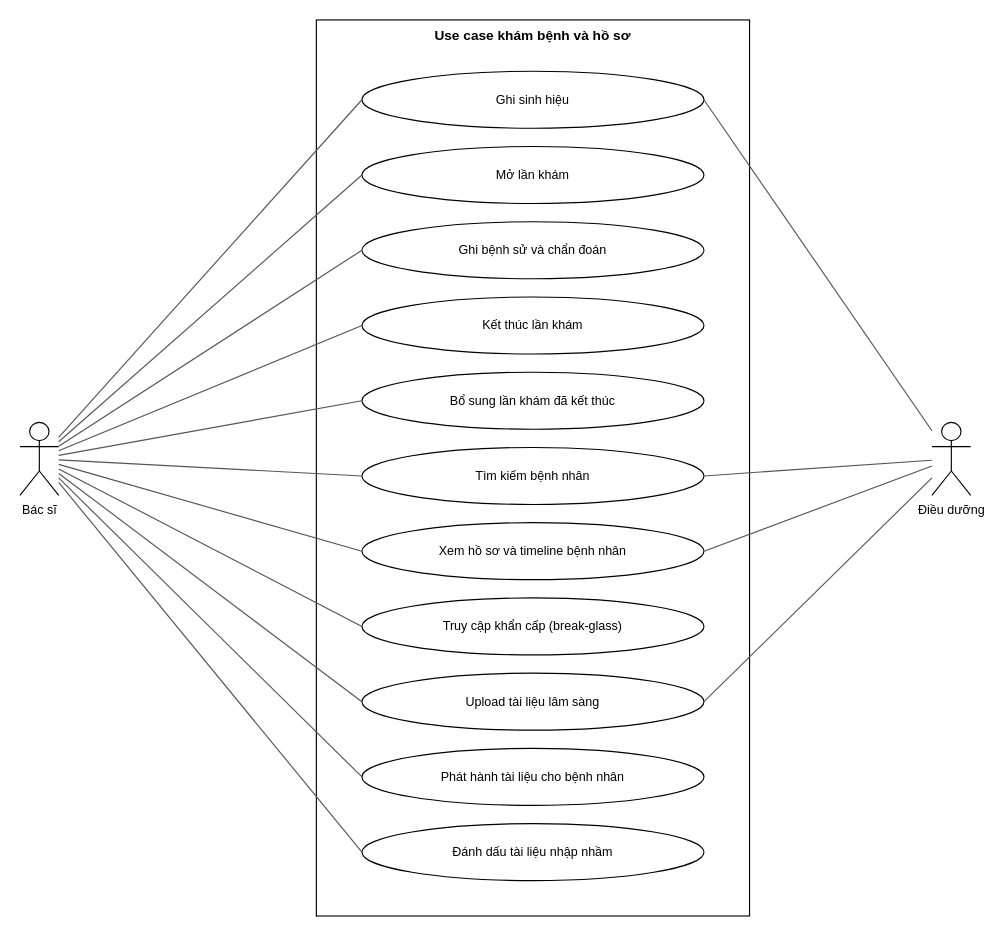
Earlier version of the draw.io diagram page "Clinical examination and records use cases" (3 of 6) of docs/02-requirements/srs/dist/diagrams/04-use-case-diagrams.drawio (viethung12062005/smart-hospital-platform). Source tidied: cells renumbered, new cells numbered last; positions are measured from the earlier drawing's top-left corner, leaving out a move shared by most shapes. Both pictures are drawn from the tidied source at 114%, with x=0, y=0 at pixel (19, 19).
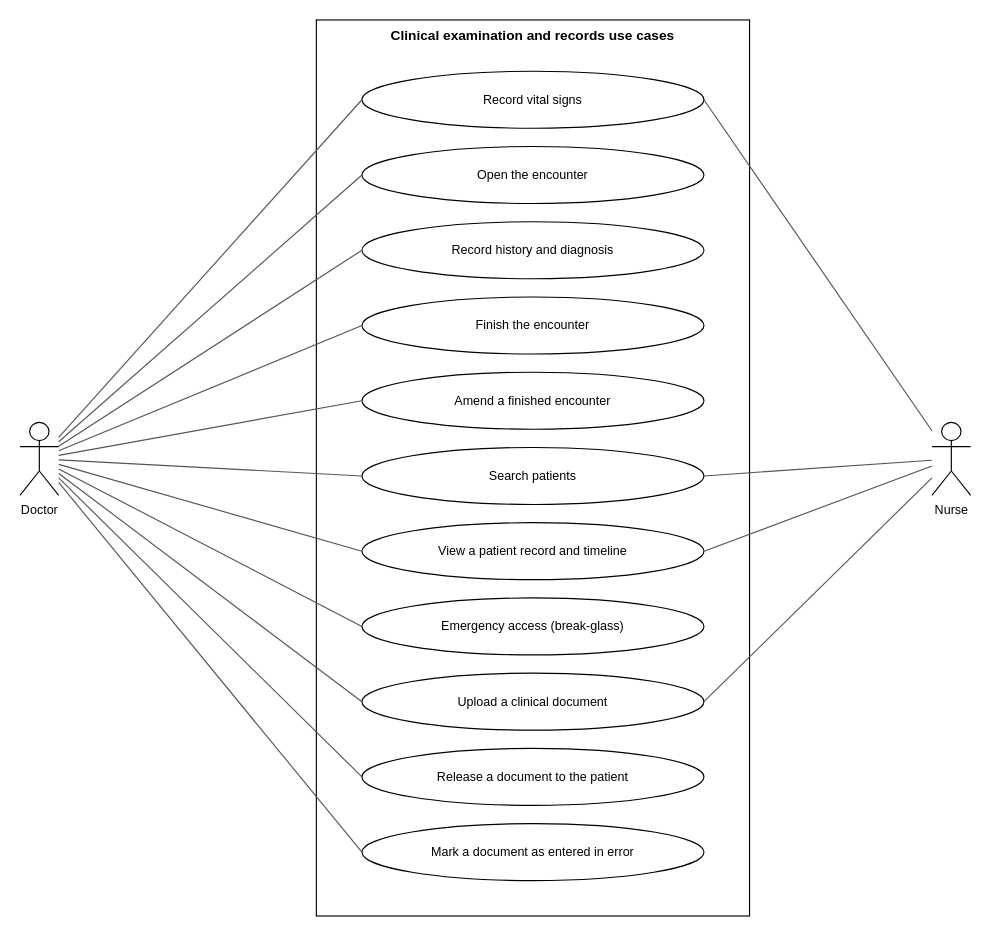
The same page after the edit.

Diff of the diagram source:
```diff
@@
-    <mxCell id="2" value="&lt;b&gt;Use case khám bệnh và hồ sơ&lt;/b&gt;" style="rounded=0;whiteSpace=wrap;html=1;verticalAlign=top;fillColor=none;" parent="1" vertex="1">
+    <mxCell id="2" value="&lt;b&gt;Clinical examination and records use cases&lt;/b&gt;" style="rounded=0;whiteSpace=wrap;html=1;verticalAlign=top;fillColor=none;" parent="1" vertex="1">
       <mxGeometry x="260" width="380" height="786" as="geometry" />
     </mxCell>
-    <mxCell id="3" value="Ghi sinh hiệu" style="ellipse;whiteSpace=wrap;html=1;fontSize=11;" parent="1" vertex="1">
+    <mxCell id="3" value="Record vital signs" style="ellipse;whiteSpace=wrap;html=1;fontSize=11;" parent="1" vertex="1">
       <mxGeometry x="300" y="45" width="300" height="50" as="geometry" />
     </mxCell>
-    <mxCell id="4" value="Mở lần khám" style="ellipse;whiteSpace=wrap;html=1;fontSize=11;" parent="1" vertex="1">
+    <mxCell id="4" value="Open the encounter" style="ellipse;whiteSpace=wrap;html=1;fontSize=11;" parent="1" vertex="1">
       <mxGeometry x="300" y="111" width="300" height="50" as="geometry" />
     </mxCell>
-    <mxCell id="5" value="Ghi bệnh sử và chẩn đoán" style="ellipse;whiteSpace=wrap;html=1;fontSize=11;" parent="1" vertex="1">
+    <mxCell id="5" value="Record history and diagnosis" style="ellipse;whiteSpace=wrap;html=1;fontSize=11;" parent="1" vertex="1">
       <mxGeometry x="300" y="177" width="300" height="50" as="geometry" />
     </mxCell>
-    <mxCell id="6" value="Kết thúc lần khám" style="ellipse;whiteSpace=wrap;html=1;fontSize=11;" parent="1" vertex="1">
+    <mxCell id="6" value="Finish the encounter" style="ellipse;whiteSpace=wrap;html=1;fontSize=11;" parent="1" vertex="1">
       <mxGeometry x="300" y="243" width="300" height="50" as="geometry" />
     </mxCell>
-    <mxCell id="7" value="Bổ sung lần khám đã kết thúc" style="ellipse;whiteSpace=wrap;html=1;fontSize=11;" parent="1" vertex="1">
+    <mxCell id="7" value="Amend a finished encounter" style="ellipse;whiteSpace=wrap;html=1;fontSize=11;" parent="1" vertex="1">
       <mxGeometry x="300" y="309" width="300" height="50" as="geometry" />
     </mxCell>
-    <mxCell id="8" value="Tìm kiếm bệnh nhân" style="ellipse;whiteSpace=wrap;html=1;fontSize=11;" parent="1" vertex="1">
+    <mxCell id="8" value="Search patients" style="ellipse;whiteSpace=wrap;html=1;fontSize=11;" parent="1" vertex="1">
       <mxGeometry x="300" y="375" width="300" height="50" as="geometry" />
     </mxCell>
-    <mxCell id="9" value="Xem hồ sơ và timeline bệnh nhân" style="ellipse;whiteSpace=wrap;html=1;fontSize=11;" parent="1" vertex="1">
+    <mxCell id="9" value="View a patient record and timeline" style="ellipse;whiteSpace=wrap;html=1;fontSize=11;" parent="1" vertex="1">
       <mxGeometry x="300" y="441" width="300" height="50" as="geometry" />
     </mxCell>
-    <mxCell id="10" value="Truy cập khẩn cấp (break-glass)" style="ellipse;whiteSpace=wrap;html=1;fontSize=11;" parent="1" vertex="1">
+    <mxCell id="10" value="Emergency access (break-glass)" style="ellipse;whiteSpace=wrap;html=1;fontSize=11;" parent="1" vertex="1">
       <mxGeometry x="300" y="507" width="300" height="50" as="geometry" />
     </mxCell>
-    <mxCell id="11" value="Upload tài liệu lâm sàng" style="ellipse;whiteSpace=wrap;html=1;fontSize=11;" parent="1" vertex="1">
+    <mxCell id="11" value="Upload a clinical document" style="ellipse;whiteSpace=wrap;html=1;fontSize=11;" parent="1" vertex="1">
       <mxGeometry x="300" y="573" width="300" height="50" as="geometry" />
     </mxCell>
-    <mxCell id="12" value="Phát hành tài liệu cho bệnh nhân" style="ellipse;whiteSpace=wrap;html=1;fontSize=11;" parent="1" vertex="1">
+    <mxCell id="12" value="Release a document to the patient" style="ellipse;whiteSpace=wrap;html=1;fontSize=11;" parent="1" vertex="1">
       <mxGeometry x="300" y="639" width="300" height="50" as="geometry" />
     </mxCell>
-    <mxCell id="13" value="Đánh dấu tài liệu nhập nhầm" style="ellipse;whiteSpace=wrap;html=1;fontSize=11;" parent="1" vertex="1">
+    <mxCell id="13" value="Mark a document as entered in error" style="ellipse;whiteSpace=wrap;html=1;fontSize=11;" parent="1" vertex="1">
       <mxGeometry x="300" y="705" width="300" height="50" as="geometry" />
     </mxCell>
-    <mxCell id="14" value="Bác sĩ" style="shape=umlActor;verticalLabelPosition=bottom;verticalAlign=top;html=1;outlineConnect=0;fontSize=11;" parent="1" vertex="1">
+    <mxCell id="14" value="Doctor" style="shape=umlActor;verticalLabelPosition=bottom;verticalAlign=top;html=1;outlineConnect=0;fontSize=11;" parent="1" vertex="1">
       <mxGeometry y="353" width="34" height="64" as="geometry" />
     </mxCell>
-    <mxCell id="15" value="Điều dưỡng" style="shape=umlActor;verticalLabelPosition=bottom;verticalAlign=top;html=1;outlineConnect=0;fontSize=11;" parent="1" vertex="1">
+    <mxCell id="15" value="Nurse" style="shape=umlActor;verticalLabelPosition=bottom;verticalAlign=top;html=1;outlineConnect=0;fontSize=11;" parent="1" vertex="1">
       <mxGeometry x="800" y="353" width="34" height="64" as="geometry" />
     </mxCell>
```
